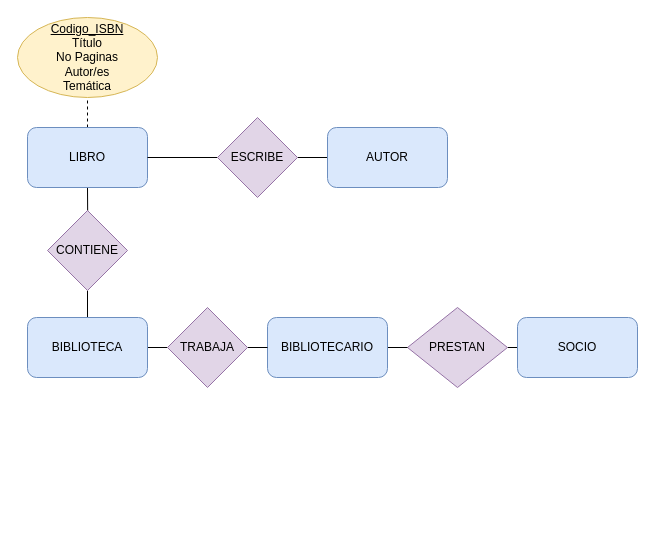
This is Ejercicio3_Tema1.drawio from antonionavarro04/diagramas, a draw.io file, before an edit. Source tidied: cells renumbered, new cells numbered last; positions are measured from the earlier drawing's top-left corner, leaving out a move shared by most shapes. Both pictures are drawn from the tidied source at 100%, with x=0, y=0 at pixel (17, 17).
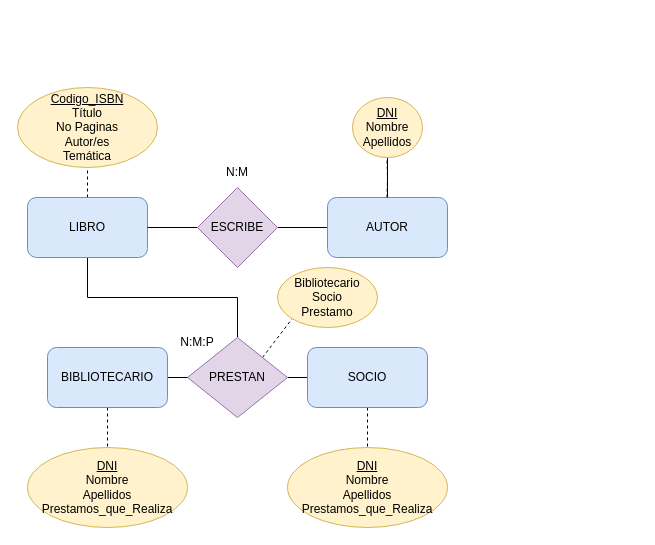
Above is the later version.

Commit message:
Vaya triple me he tirado.drawio

Diff of the diagram source:
```diff
@@
+    <mxCell id="21" style="edgeStyle=orthogonalEdgeStyle;rounded=0;jettySize=auto;html=1;exitX=0.5;exitY=0;exitDx=0;exitDy=0;entryX=0.5;entryY=1;entryDx=0;entryDy=0;endArrow=none;endFill=0;" parent="1" edge="1" source="3" target="31">
+      <mxGeometry relative="1" as="geometry" />
+    </mxCell>
     <mxCell id="3" value="AUTOR" style="rounded=1;whiteSpace=wrap;html=1;fillColor=#dae8fc;strokeColor=#6c8ebf;" parent="1" vertex="1">
-      <mxGeometry x="310" y="110" width="120" height="60" as="geometry" />
+      <mxGeometry x="310" y="180" width="120" height="60" as="geometry" />
     </mxCell>
-    <mxCell id="4" style="edgeStyle=orthogonalEdgeStyle;rounded=0;jettySize=auto;html=1;exitX=0.5;exitY=1;exitDx=0;exitDy=0;entryX=0.502;entryY=0.01;entryDx=0;entryDy=0;entryPerimeter=0;endArrow=none;endFill=0;" parent="1" edge="1" source="6" target="10">
-      <mxGeometry relative="1" as="geometry" />
-    </mxCell>
@@
+    <mxCell id="22" style="edgeStyle=orthogonalEdgeStyle;rounded=0;jettySize=auto;html=1;exitX=0.5;exitY=1;exitDx=0;exitDy=0;entryX=0.5;entryY=0;entryDx=0;entryDy=0;endArrow=none;endFill=0;" parent="1" edge="1" source="6" target="15">
+      <mxGeometry relative="1" as="geometry" />
+    </mxCell>
     <mxCell id="6" value="LIBRO" style="rounded=1;whiteSpace=wrap;html=1;fillColor=#dae8fc;strokeColor=#6c8ebf;" parent="1" vertex="1">
-      <mxGeometry x="10" y="110" width="120" height="60" as="geometry" />
+      <mxGeometry x="10" y="180" width="120" height="60" as="geometry" />
     </mxCell>
@@
     <mxCell id="8" value="ESCRIBE" style="rhombus;whiteSpace=wrap;html=1;fillColor=#e1d5e7;strokeColor=#9673a6;" parent="1" vertex="1">
-      <mxGeometry x="200" y="100" width="80" height="80" as="geometry" />
+      <mxGeometry x="180" y="170" width="80" height="80" as="geometry" />
     </mxCell>
-    <mxCell id="9" style="edgeStyle=orthogonalEdgeStyle;rounded=0;jettySize=auto;html=1;exitX=0.5;exitY=1;exitDx=0;exitDy=0;entryX=0.5;entryY=0;entryDx=0;entryDy=0;endArrow=none;endFill=0;" parent="1" edge="1" source="10" target="12">
-      <mxGeometry relative="1" as="geometry" />
-    </mxCell>
-    <mxCell id="10" value="CONTIENE" style="rhombus;whiteSpace=wrap;html=1;fillColor=#e1d5e7;strokeColor=#9673a6;" parent="1" vertex="1">
-      <mxGeometry x="30" y="193" width="80" height="80" as="geometry" />
-    </mxCell>
-    <mxCell id="11" style="edgeStyle=orthogonalEdgeStyle;rounded=0;jettySize=auto;html=1;exitX=1;exitY=0.5;exitDx=0;exitDy=0;entryX=0;entryY=0.5;entryDx=0;entryDy=0;endArrow=none;endFill=0;" parent="1" edge="1" source="12" target="19">
-      <mxGeometry relative="1" as="geometry" />
-    </mxCell>
-    <mxCell id="12" value="BIBLIOTECA" style="rounded=1;whiteSpace=wrap;html=1;fillColor=#dae8fc;strokeColor=#6c8ebf;" parent="1" vertex="1">
-      <mxGeometry x="10" y="300" width="120" height="60" as="geometry" />
-    </mxCell>
@@
+    <mxCell id="23" style="edgeStyle=orthogonalEdgeStyle;rounded=0;jettySize=auto;html=1;exitX=0.5;exitY=1;exitDx=0;exitDy=0;entryX=0.5;entryY=0;entryDx=0;entryDy=0;endArrow=none;endFill=0;dashed=1;" parent="1" edge="1" source="14" target="30">
+      <mxGeometry relative="1" as="geometry" />
+    </mxCell>
     <mxCell id="14" value="SOCIO" style="rounded=1;whiteSpace=wrap;html=1;fillColor=#dae8fc;strokeColor=#6c8ebf;" parent="1" vertex="1">
-      <mxGeometry x="500" y="300" width="120" height="60" as="geometry" />
+      <mxGeometry x="290" y="330" width="120" height="60" as="geometry" />
     </mxCell>
+    <mxCell id="24" style="rounded=0;jettySize=auto;html=1;exitX=1;exitY=0;exitDx=0;exitDy=0;entryX=0;entryY=1;entryDx=0;entryDy=0;dashed=1;endArrow=none;endFill=0;" parent="1" edge="1" source="15" target="29">
+      <mxGeometry relative="1" as="geometry" />
+    </mxCell>
     <mxCell id="15" value="PRESTAN" style="rhombus;whiteSpace=wrap;html=1;fillColor=#e1d5e7;strokeColor=#9673a6;" parent="1" vertex="1">
-      <mxGeometry x="390" y="290" width="100" height="80" as="geometry" />
+      <mxGeometry x="170" y="320" width="100" height="80" as="geometry" />
     </mxCell>
@@
+    <mxCell id="25" style="edgeStyle=orthogonalEdgeStyle;rounded=0;jettySize=auto;html=1;exitX=0.5;exitY=1;exitDx=0;exitDy=0;entryX=0.5;entryY=0;entryDx=0;entryDy=0;endArrow=none;endFill=0;dashed=1;" parent="1" edge="1" source="17" target="28">
+      <mxGeometry relative="1" as="geometry" />
+    </mxCell>
     <mxCell id="17" value="BIBLIOTECARIO" style="rounded=1;whiteSpace=wrap;html=1;fillColor=#dae8fc;strokeColor=#6c8ebf;" parent="1" vertex="1">
-      <mxGeometry x="250" y="300" width="120" height="60" as="geometry" />
+      <mxGeometry x="30" y="330" width="120" height="60" as="geometry" />
     </mxCell>
-    <mxCell id="18" style="edgeStyle=orthogonalEdgeStyle;rounded=0;jettySize=auto;html=1;exitX=1;exitY=0.5;exitDx=0;exitDy=0;entryX=0;entryY=0.5;entryDx=0;entryDy=0;endArrow=none;endFill=0;" parent="1" edge="1" source="19" target="17">
-      <mxGeometry relative="1" as="geometry" />
-    </mxCell>
-    <mxCell id="19" value="TRABAJA" style="rhombus;whiteSpace=wrap;html=1;fillColor=#e1d5e7;strokeColor=#9673a6;" parent="1" vertex="1">
-      <mxGeometry x="150" y="290" width="80" height="80" as="geometry" />
-    </mxCell>
     <mxCell id="20" value="&lt;u&gt;Codigo_ISBN&lt;/u&gt;&lt;br&gt;Título&lt;br&gt;No Paginas&lt;br&gt;Autor/es&lt;br&gt;Temática" style="ellipse;whiteSpace=wrap;html=1;rounded=1;fillColor=#fff2cc;strokeColor=#d6b656;" parent="1" vertex="1">
-      <mxGeometry width="140" height="80" as="geometry" />
+      <mxGeometry y="70" width="140" height="80" as="geometry" />
     </mxCell>
+    <mxCell id="26" value="N:M" style="text;html=1;strokeColor=none;fillColor=none;align=center;verticalAlign=middle;whiteSpace=wrap;rounded=0;" parent="1" vertex="1">
+      <mxGeometry x="190" y="140" width="60" height="30" as="geometry" />
+    </mxCell>
+    <mxCell id="27" value="N:M:P" style="text;html=1;strokeColor=none;fillColor=none;align=center;verticalAlign=middle;whiteSpace=wrap;rounded=0;" parent="1" vertex="1">
+      <mxGeometry x="150" y="310" width="60" height="30" as="geometry" />
+    </mxCell>
+    <mxCell id="28" value="&lt;u&gt;DNI&lt;/u&gt;&lt;br&gt;Nombre&lt;br&gt;Apellidos&lt;br&gt;Prestamos_que_Realiza" style="ellipse;whiteSpace=wrap;html=1;fillColor=#fff2cc;strokeColor=#d6b656;" parent="1" vertex="1">
+      <mxGeometry x="10" y="430" width="160" height="80" as="geometry" />
+    </mxCell>
+    <mxCell id="29" value="Bibliotecario&lt;br&gt;Socio&lt;br&gt;Prestamo" style="ellipse;whiteSpace=wrap;html=1;fillColor=#fff2cc;strokeColor=#d6b656;" parent="1" vertex="1">
+      <mxGeometry x="260" y="250" width="100" height="60" as="geometry" />
+    </mxCell>
+    <mxCell id="30" value="&lt;u&gt;DNI&lt;/u&gt;&lt;br&gt;Nombre&lt;br&gt;Apellidos&lt;br&gt;Prestamos_que_Realiza" style="ellipse;whiteSpace=wrap;html=1;fillColor=#fff2cc;strokeColor=#d6b656;" parent="1" vertex="1">
+      <mxGeometry x="270" y="430" width="160" height="80" as="geometry" />
+    </mxCell>
+    <mxCell id="31" value="&lt;u&gt;DNI&lt;/u&gt;&lt;br&gt;Nombre&lt;br&gt;Apellidos" style="ellipse;whiteSpace=wrap;html=1;fillColor=#fff2cc;strokeColor=#d6b656;" parent="1" vertex="1">
+      <mxGeometry x="335" y="80" width="70" height="60" as="geometry" />
+    </mxCell>
+    <mxCell id="32" style="edgeStyle=orthogonalEdgeStyle;rounded=0;orthogonalLoop=1;jettySize=auto;html=1;exitX=0.5;exitY=0;exitDx=0;exitDy=0;entryX=0.5;entryY=1;entryDx=0;entryDy=0;endArrow=none;endFill=0;dashed=1;" parent="1" edge="1">
+      <mxGeometry relative="1" as="geometry">
+        <mxPoint x="369.5" y="180" as="sourcePoint" />
+        <mxPoint x="369.5" y="140" as="targetPoint" />
+      </mxGeometry>
+    </mxCell>
```
